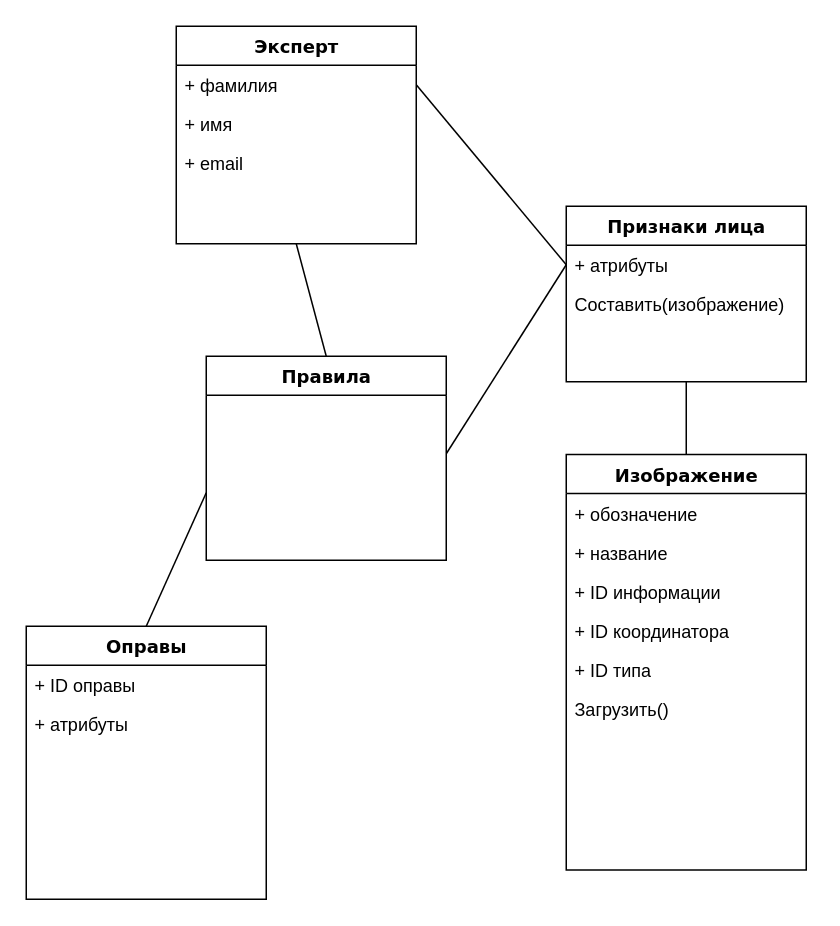
Earlier version of the draw.io diagram page "Page-4" (5 of 5) of lab4.drawio (DMfananddu/Computing-Facilities-AIPCS). Source tidied: cells renumbered, new cells numbered last; positions are measured from the earlier drawing's top-left corner, leaving out a move shared by most shapes. Both pictures are drawn from the tidied source at 150%, with x=0, y=0 at pixel (26, 26).
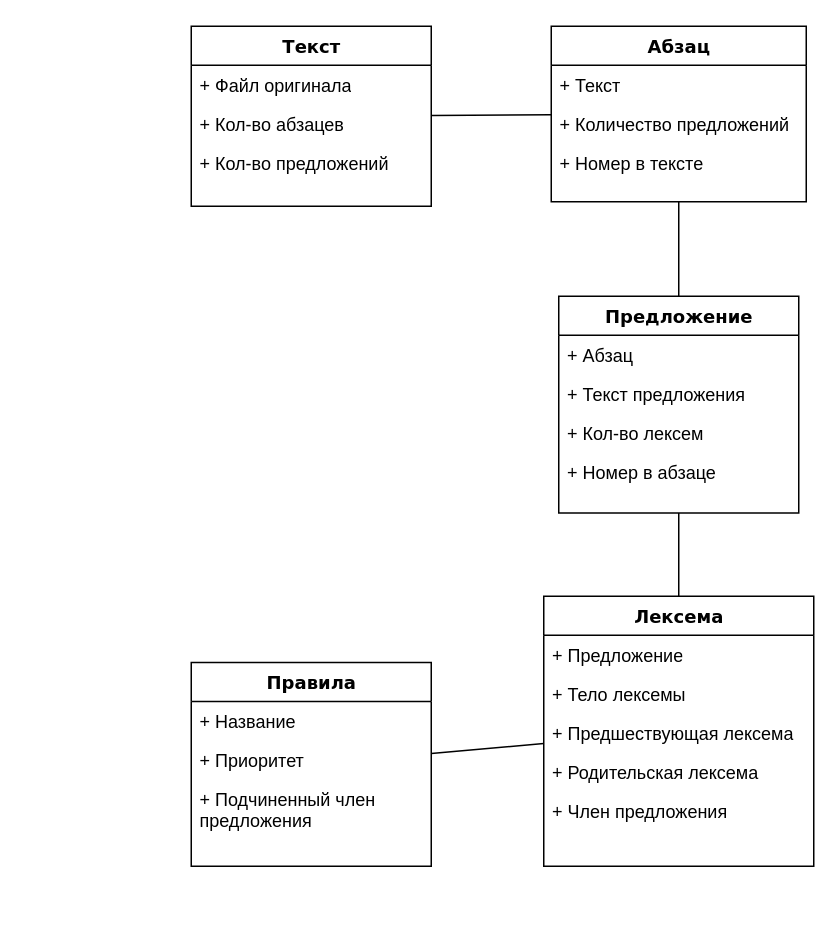
The same page after the edit.

Change to the diagram source:
```diff
@@
-    <mxCell id="2" value="Изображение" style="swimlane;html=1;fontStyle=1;align=center;verticalAlign=top;horizontal=1;startSize=26;swimlaneFillColor=#ffffff;rounded=0;shadow=0;comic=0;labelBackgroundColor=none;strokeWidth=1;fillColor=none;fontFamily=Verdana;fontSize=12;" parent="1" vertex="1">
-      <mxGeometry x="360" y="285.5" width="160" height="277" as="geometry" />
+    <mxCell id="2" value="Предложение" style="swimlane;html=1;fontStyle=1;align=center;verticalAlign=top;horizontal=1;startSize=26;swimlaneFillColor=#ffffff;rounded=0;shadow=0;comic=0;labelBackgroundColor=none;strokeWidth=1;fillColor=none;fontFamily=Verdana;fontSize=12;" parent="1" vertex="1">
+      <mxGeometry x="355" y="180" width="160" height="144.5" as="geometry" />
     </mxCell>
-    <mxCell id="3" value="+ обозначение" style="text;html=1;strokeColor=none;fillColor=none;align=left;verticalAlign=top;spacingLeft=4;spacingRight=4;whiteSpace=wrap;overflow=hidden;" parent="2" vertex="1">
+    <mxCell id="3" value="+ Абзац" style="text;html=1;strokeColor=none;fillColor=none;align=left;verticalAlign=top;spacingLeft=4;spacingRight=4;whiteSpace=wrap;overflow=hidden;" parent="2" vertex="1">
       <mxGeometry y="26" width="160" height="26" as="geometry" />
     </mxCell>
-    <mxCell id="4" value="+ название" style="text;html=1;strokeColor=none;fillColor=none;align=left;verticalAlign=top;spacingLeft=4;spacingRight=4;whiteSpace=wrap;overflow=hidden;" parent="2" vertex="1">
+    <mxCell id="4" value="+ Текст предложения" style="text;html=1;strokeColor=none;fillColor=none;align=left;verticalAlign=top;spacingLeft=4;spacingRight=4;whiteSpace=wrap;overflow=hidden;" parent="2" vertex="1">
       <mxGeometry y="52" width="160" height="26" as="geometry" />
     </mxCell>
-    <mxCell id="5" value="+ ID информации" style="text;html=1;strokeColor=none;fillColor=none;align=left;verticalAlign=top;spacingLeft=4;spacingRight=4;whiteSpace=wrap;overflow=hidden;" parent="2" vertex="1">
+    <mxCell id="5" value="+ Кол-во лексем" style="text;html=1;strokeColor=none;fillColor=none;align=left;verticalAlign=top;spacingLeft=4;spacingRight=4;whiteSpace=wrap;overflow=hidden;" parent="2" vertex="1">
       <mxGeometry y="78" width="160" height="26" as="geometry" />
     </mxCell>
-    <mxCell id="6" value="+ ID координатора" style="text;html=1;strokeColor=none;fillColor=none;align=left;verticalAlign=top;spacingLeft=4;spacingRight=4;whiteSpace=wrap;overflow=hidden;" parent="2" vertex="1">
+    <mxCell id="6" value="+ Номер в абзаце" style="text;html=1;strokeColor=none;fillColor=none;align=left;verticalAlign=top;spacingLeft=4;spacingRight=4;whiteSpace=wrap;overflow=hidden;" parent="2" vertex="1">
       <mxGeometry y="104" width="160" height="26" as="geometry" />
     </mxCell>
-    <mxCell id="7" value="+ ID типа" style="text;html=1;strokeColor=none;fillColor=none;align=left;verticalAlign=top;spacingLeft=4;spacingRight=4;whiteSpace=wrap;overflow=hidden;" parent="2" vertex="1">
-      <mxGeometry y="130" width="160" height="26" as="geometry" />
-    </mxCell>
-    <mxCell id="8" value="Загрузить()" style="text;html=1;strokeColor=none;fillColor=none;align=left;verticalAlign=top;spacingLeft=4;spacingRight=4;whiteSpace=wrap;overflow=hidden;" parent="2" vertex="1">
-      <mxGeometry y="156" width="160" height="26" as="geometry" />
-    </mxCell>
-    <mxCell id="9" value="Признаки лица" style="swimlane;html=1;fontStyle=1;align=center;verticalAlign=top;horizontal=1;startSize=26;swimlaneFillColor=#ffffff;rounded=0;shadow=0;comic=0;labelBackgroundColor=none;strokeWidth=1;fillColor=none;fontFamily=Verdana;fontSize=12;" parent="1" vertex="1">
-      <mxGeometry x="360" y="120" width="160" height="117" as="geometry" />
+    <mxCell id="9" value="Абзац" style="swimlane;html=1;fontStyle=1;align=center;verticalAlign=top;horizontal=1;startSize=26;swimlaneFillColor=#ffffff;rounded=0;shadow=0;comic=0;labelBackgroundColor=none;strokeWidth=1;fillColor=none;fontFamily=Verdana;fontSize=12;" parent="1" vertex="1">
+      <mxGeometry x="350" width="170" height="117" as="geometry" />
     </mxCell>
-    <mxCell id="10" value="+ атрибуты" style="text;html=1;strokeColor=none;fillColor=none;align=left;verticalAlign=top;spacingLeft=4;spacingRight=4;whiteSpace=wrap;overflow=hidden;points=[[0,0.5],[1,0.5]];portConstraint=eastwest;" parent="9" vertex="1">
-      <mxGeometry y="26" width="160" height="26" as="geometry" />
+    <mxCell id="10" value="+ Текст" style="text;html=1;strokeColor=none;fillColor=none;align=left;verticalAlign=top;spacingLeft=4;spacingRight=4;whiteSpace=wrap;overflow=hidden;points=[[0,0.5],[1,0.5]];portConstraint=eastwest;" parent="9" vertex="1">
+      <mxGeometry y="26" width="170" height="26" as="geometry" />
     </mxCell>
-    <mxCell id="11" value="Составить(изображение)" style="text;html=1;strokeColor=none;fillColor=none;align=left;verticalAlign=top;spacingLeft=4;spacingRight=4;whiteSpace=wrap;overflow=hidden;" parent="9" vertex="1">
-      <mxGeometry y="52" width="160" height="26" as="geometry" />
+    <mxCell id="11" value="+ Количество предложений" style="text;html=1;strokeColor=none;fillColor=none;align=left;verticalAlign=top;spacingLeft=4;spacingRight=4;whiteSpace=wrap;overflow=hidden;" parent="9" vertex="1">
+      <mxGeometry y="52" width="170" height="26" as="geometry" />
     </mxCell>
+    <mxCell id="25" value="+ Номер в тексте" style="text;html=1;strokeColor=none;fillColor=none;align=left;verticalAlign=top;spacingLeft=4;spacingRight=4;whiteSpace=wrap;overflow=hidden;" parent="9" vertex="1">
+      <mxGeometry y="78" width="170" height="26" as="geometry" />
+    </mxCell>
@@
-    <mxCell id="13" style="edgeStyle=none;rounded=0;jettySize=auto;html=1;exitX=1;exitY=0.5;exitDx=0;exitDy=0;entryX=0;entryY=0.5;entryDx=0;entryDy=0;endArrow=none;endFill=0;" parent="1" edge="1" target="10">
-      <mxGeometry relative="1" as="geometry">
-        <mxPoint x="280" y="285" as="sourcePoint" />
-      </mxGeometry>
-    </mxCell>
-    <mxCell id="14" style="edgeStyle=none;rounded=0;jettySize=auto;html=1;exitX=0;exitY=0.5;exitDx=0;exitDy=0;entryX=0.5;entryY=0;entryDx=0;entryDy=0;endArrow=none;endFill=0;" parent="1" edge="1" target="17">
-      <mxGeometry relative="1" as="geometry">
-        <mxPoint x="120" y="311" as="sourcePoint" />
-      </mxGeometry>
+    <mxCell id="14" style="edgeStyle=none;rounded=0;jettySize=auto;html=1;endArrow=none;endFill=0;" parent="1" edge="1" source="20" target="29">
+      <mxGeometry relative="1" as="geometry" />
     </mxCell>
-    <mxCell id="15" style="edgeStyle=none;rounded=0;jettySize=auto;html=1;exitX=1;exitY=0.5;exitDx=0;exitDy=0;entryX=0;entryY=0.5;entryDx=0;entryDy=0;endArrow=none;endFill=0;" parent="1" edge="1" source="22">
-      <mxGeometry relative="1" as="geometry">
-        <mxPoint x="360" y="159" as="targetPoint" />
-      </mxGeometry>
+    <mxCell id="15" style="edgeStyle=none;rounded=0;jettySize=auto;html=1;endArrow=none;endFill=0;" parent="1" edge="1" source="21" target="9">
+      <mxGeometry relative="1" as="geometry" />
     </mxCell>
-    <mxCell id="16" style="edgeStyle=none;rounded=0;jettySize=auto;html=1;exitX=0.5;exitY=1;exitDx=0;exitDy=0;entryX=0.5;entryY=0;entryDx=0;entryDy=0;endArrow=none;endFill=0;" parent="1" edge="1" source="21" target="20">
-      <mxGeometry relative="1" as="geometry" />
-    </mxCell>
-    <mxCell id="17" value="Оправы" style="swimlane;html=1;fontStyle=1;align=center;verticalAlign=top;horizontal=1;startSize=26;swimlaneFillColor=#ffffff;rounded=0;shadow=0;comic=0;labelBackgroundColor=none;strokeWidth=1;fillColor=none;fontFamily=Verdana;fontSize=12;" parent="1" vertex="1">
-      <mxGeometry y="400" width="160" height="182" as="geometry" />
-    </mxCell>
-    <mxCell id="18" value="+ ID оправы" style="text;html=1;strokeColor=none;fillColor=none;align=left;verticalAlign=top;spacingLeft=4;spacingRight=4;whiteSpace=wrap;overflow=hidden;" parent="17" vertex="1">
-      <mxGeometry y="26" width="160" height="26" as="geometry" />
-    </mxCell>
-    <mxCell id="19" value="+ атрибуты" style="text;html=1;strokeColor=none;fillColor=none;align=left;verticalAlign=top;spacingLeft=4;spacingRight=4;whiteSpace=wrap;overflow=hidden;" parent="17" vertex="1">
-      <mxGeometry y="52" width="160" height="26" as="geometry" />
-    </mxCell>
     <mxCell id="20" value="Правила" style="swimlane;html=1;fontStyle=1;align=center;verticalAlign=top;horizontal=1;startSize=26;swimlaneFillColor=#ffffff;rounded=0;shadow=0;comic=0;labelBackgroundColor=none;strokeWidth=1;fillColor=none;fontFamily=Verdana;fontSize=12;" parent="1" vertex="1">
-      <mxGeometry x="120" y="220" width="160" height="136" as="geometry" />
+      <mxGeometry x="110" y="424.2" width="160" height="135.8" as="geometry" />
     </mxCell>
+    <mxCell id="26" value="+ Название" style="text;html=1;strokeColor=none;fillColor=none;align=left;verticalAlign=top;spacingLeft=4;spacingRight=4;whiteSpace=wrap;overflow=hidden;" parent="20" vertex="1">
+      <mxGeometry y="26" width="160" height="26" as="geometry" />
+    </mxCell>
+    <mxCell id="27" value="+ Приоритет" style="text;html=1;strokeColor=none;fillColor=none;align=left;verticalAlign=top;spacingLeft=4;spacingRight=4;whiteSpace=wrap;overflow=hidden;" parent="20" vertex="1">
+      <mxGeometry y="52" width="160" height="26" as="geometry" />
+    </mxCell>
+    <mxCell id="28" value="+ Подчиненный член предложения" style="text;html=1;strokeColor=none;fillColor=none;align=left;verticalAlign=top;spacingLeft=4;spacingRight=4;whiteSpace=wrap;overflow=hidden;" parent="20" vertex="1">
+      <mxGeometry y="78" width="160" height="42" as="geometry" />
+    </mxCell>
-    <mxCell id="21" value="Эксперт" style="swimlane;html=1;fontStyle=1;align=center;verticalAlign=top;horizontal=1;startSize=26;swimlaneFillColor=#ffffff;rounded=0;shadow=0;comic=0;labelBackgroundColor=none;strokeWidth=1;fillColor=none;fontFamily=Verdana;fontSize=12;" parent="1" vertex="1">
-      <mxGeometry x="100" width="160" height="145" as="geometry" />
+    <mxCell id="21" value="Текст" style="swimlane;html=1;fontStyle=1;align=center;verticalAlign=top;horizontal=1;startSize=26;swimlaneFillColor=#ffffff;rounded=0;shadow=0;comic=0;labelBackgroundColor=none;strokeWidth=1;fillColor=none;fontFamily=Verdana;fontSize=12;" parent="1" vertex="1">
+      <mxGeometry x="110" width="160" height="120" as="geometry" />
     </mxCell>
-    <mxCell id="22" value="+ фамилия" style="text;html=1;strokeColor=none;fillColor=none;align=left;verticalAlign=top;spacingLeft=4;spacingRight=4;whiteSpace=wrap;overflow=hidden;points=[[0,0.5],[1,0.5]];portConstraint=eastwest;" parent="21" vertex="1">
+    <mxCell id="22" value="+ Файл оригинала" style="text;html=1;strokeColor=none;fillColor=none;align=left;verticalAlign=top;spacingLeft=4;spacingRight=4;whiteSpace=wrap;overflow=hidden;points=[[0,0.5],[1,0.5]];portConstraint=eastwest;" parent="21" vertex="1">
       <mxGeometry y="26" width="160" height="26" as="geometry" />
     </mxCell>
-    <mxCell id="23" value="+ имя" style="text;html=1;strokeColor=none;fillColor=none;align=left;verticalAlign=top;spacingLeft=4;spacingRight=4;whiteSpace=wrap;overflow=hidden;" parent="21" vertex="1">
+    <mxCell id="23" value="+ Кол-во абзацев" style="text;html=1;strokeColor=none;fillColor=none;align=left;verticalAlign=top;spacingLeft=4;spacingRight=4;whiteSpace=wrap;overflow=hidden;" parent="21" vertex="1">
       <mxGeometry y="52" width="160" height="26" as="geometry" />
     </mxCell>
-    <mxCell id="24" value="+ email" style="text;html=1;strokeColor=none;fillColor=none;align=left;verticalAlign=top;spacingLeft=4;spacingRight=4;whiteSpace=wrap;overflow=hidden;" parent="21" vertex="1">
+    <mxCell id="24" value="+ Кол-во предложений" style="text;html=1;strokeColor=none;fillColor=none;align=left;verticalAlign=top;spacingLeft=4;spacingRight=4;whiteSpace=wrap;overflow=hidden;" parent="21" vertex="1">
       <mxGeometry y="78" width="160" height="26" as="geometry" />
     </mxCell>
+    <mxCell id="29" value="Лексема" style="swimlane;html=1;fontStyle=1;align=center;verticalAlign=top;horizontal=1;startSize=26;swimlaneFillColor=#ffffff;rounded=0;shadow=0;comic=0;labelBackgroundColor=none;strokeWidth=1;fillColor=none;fontFamily=Verdana;fontSize=12;" parent="1" vertex="1">
+      <mxGeometry x="345" y="380" width="180" height="180" as="geometry" />
+    </mxCell>
+    <mxCell id="30" value="+ Предложение" style="text;html=1;strokeColor=none;fillColor=none;align=left;verticalAlign=top;spacingLeft=4;spacingRight=4;whiteSpace=wrap;overflow=hidden;" parent="29" vertex="1">
+      <mxGeometry y="26" width="180" height="26" as="geometry" />
+    </mxCell>
+    <mxCell id="31" value="+ Тело лексемы" style="text;html=1;strokeColor=none;fillColor=none;align=left;verticalAlign=top;spacingLeft=4;spacingRight=4;whiteSpace=wrap;overflow=hidden;" parent="29" vertex="1">
+      <mxGeometry y="52" width="180" height="26" as="geometry" />
+    </mxCell>
+    <mxCell id="32" value="+ Предшествующая лексема" style="text;html=1;strokeColor=none;fillColor=none;align=left;verticalAlign=top;spacingLeft=4;spacingRight=4;whiteSpace=wrap;overflow=hidden;" parent="29" vertex="1">
+      <mxGeometry y="78" width="180" height="26" as="geometry" />
+    </mxCell>
+    <mxCell id="33" value="+ Родительская лексема" style="text;html=1;strokeColor=none;fillColor=none;align=left;verticalAlign=top;spacingLeft=4;spacingRight=4;whiteSpace=wrap;overflow=hidden;" parent="29" vertex="1">
+      <mxGeometry y="104" width="180" height="26" as="geometry" />
+    </mxCell>
+    <mxCell id="34" value="+ Член предложения" style="text;html=1;strokeColor=none;fillColor=none;align=left;verticalAlign=top;spacingLeft=4;spacingRight=4;whiteSpace=wrap;overflow=hidden;" parent="29" vertex="1">
+      <mxGeometry y="130" width="180" height="26" as="geometry" />
+    </mxCell>
+    <mxCell id="35" style="edgeStyle=none;rounded=0;jettySize=auto;html=1;endArrow=none;endFill=0;" parent="1" edge="1" source="2" target="29">
+      <mxGeometry relative="1" as="geometry" />
+    </mxCell>
```
